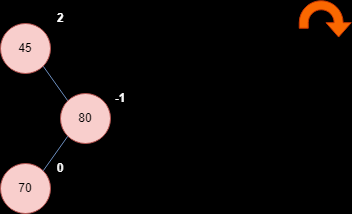
The draw.io diagram arbolBin.png in AnaTuPatrona/pepito, before a commit. Source tidied: cells renumbered, new cells last; positions are measured from the earlier drawing's top-left corner, leaving out a move shared by most shapes. Source of this version:
```xml
<mxGraphModel background="#000000">
  <root>
    <mxCell id="0" />
    <mxCell id="1" parent="0" />
    <mxCell id="2" style="endArrow=none;html=1;rounded=0;fontFamily=Helvetica;fontSize=12;fontColor=default;entryX=1;entryY=1;entryDx=0;entryDy=0;exitX=0;exitY=0;exitDx=0;exitDy=0;fillColor=#dae8fc;strokeColor=#6c8ebf;" parent="1" edge="1" source="4" target="7">
      <mxGeometry relative="1" as="geometry" />
    </mxCell>
    <mxCell id="3" style="group;" parent="1" vertex="1">
      <mxGeometry x="60" y="95" width="70" height="60" as="geometry" />
    </mxCell>
    <mxCell id="4" value="80" style="ellipse;whiteSpace=wrap;html=1;fillColor=#f8cecc;strokeColor=#b85450;" parent="3" vertex="1">
      <mxGeometry y="10" width="50" height="50" as="geometry" />
    </mxCell>
    <mxCell id="5" value="-1" style="text;html=1;align=center;verticalAlign=middle;whiteSpace=wrap;rounded=0;fontFamily=Helvetica;fontSize=12;glass=0;shadow=0;dashed=1;dashPattern=8 8;fontStyle=1;fontColor=#FAFAFA;" parent="3" vertex="1">
      <mxGeometry x="50" width="20" height="30" as="geometry" />
    </mxCell>
    <mxCell id="6" style="group;" parent="1" vertex="1">
      <mxGeometry y="15" width="70" height="70" as="geometry" />
    </mxCell>
    <mxCell id="7" value="45" style="ellipse;whiteSpace=wrap;html=1;fillColor=#f8cecc;strokeColor=#b85450;" parent="6" vertex="1">
      <mxGeometry y="20" width="50" height="50" as="geometry" />
    </mxCell>
    <mxCell id="8" value="2" style="text;html=1;align=center;verticalAlign=middle;whiteSpace=wrap;rounded=0;fontFamily=Helvetica;fontSize=12;fontColor=#FFFFFF;glass=0;shadow=0;dashed=1;dashPattern=8 8;strokeColor=none;fontStyle=1;" parent="6" vertex="1">
      <mxGeometry x="50" width="20" height="30" as="geometry" />
    </mxCell>
    <mxCell id="9" style="group;" parent="1" vertex="1">
      <mxGeometry y="165" width="70" height="60" as="geometry" />
    </mxCell>
    <mxCell id="10" value="70" style="ellipse;whiteSpace=wrap;html=1;fillColor=#f8cecc;strokeColor=#b85450;" parent="9" vertex="1">
      <mxGeometry y="10" width="50" height="50" as="geometry" />
    </mxCell>
    <mxCell id="11" value="0" style="text;html=1;align=center;verticalAlign=middle;whiteSpace=wrap;rounded=0;fontFamily=Helvetica;fontSize=12;glass=0;shadow=0;dashed=1;dashPattern=8 8;fontStyle=1;fontColor=#FAFAFA;" parent="9" vertex="1">
      <mxGeometry x="50" width="20" height="30" as="geometry" />
    </mxCell>
    <mxCell id="12" style="endArrow=none;html=1;rounded=0;fontFamily=Helvetica;fontSize=12;fontColor=default;entryX=0;entryY=1;entryDx=0;entryDy=0;exitX=1;exitY=0;exitDx=0;exitDy=0;fillColor=#dae8fc;strokeColor=#6c8ebf;" parent="1" edge="1" source="10" target="4">
      <mxGeometry relative="1" as="geometry" />
    </mxCell>
    <mxCell id="13" style="html=1;shadow=0;dashed=0;align=center;verticalAlign=middle;shape=mxgraph.arrows2.uTurnArrow;dy=4.5;arrowHead=25.23;dx2=14.37;strokeColor=#C73500;fontFamily=Helvetica;fontSize=12;fontColor=#000000;fillColor=#fa6800;rotation=90;" parent="1" vertex="1">
      <mxGeometry x="311" width="27.5" height="52" as="geometry" />
    </mxCell>
  </root>
</mxGraphModel>
```
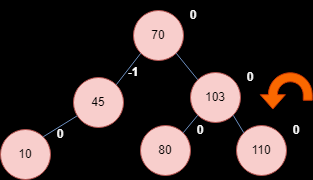
Above is the later version.

The edit, as a diff of the source:
```diff
@@ -2,29 +2,29 @@
   <root>
     <mxCell id="0" />
     <mxCell id="1" parent="0" />
-    <mxCell id="2" style="endArrow=none;html=1;rounded=0;fontFamily=Helvetica;fontSize=12;fontColor=default;entryX=1;entryY=1;entryDx=0;entryDy=0;exitX=0;exitY=0;exitDx=0;exitDy=0;fillColor=#dae8fc;strokeColor=#6c8ebf;" parent="1" edge="1" source="4" target="7">
+    <mxCell id="2" style="endArrow=none;html=1;rounded=0;fontFamily=Helvetica;fontSize=12;fontColor=default;entryX=1;entryY=0;entryDx=0;entryDy=0;fillColor=#dae8fc;strokeColor=#6c8ebf;exitX=0;exitY=1;exitDx=0;exitDy=0;" parent="1" edge="1" source="10" target="7">
       <mxGeometry relative="1" as="geometry" />
     </mxCell>
     <mxCell id="3" style="group;" parent="1" vertex="1">
-      <mxGeometry x="60" y="95" width="70" height="60" as="geometry" />
+      <mxGeometry x="7" y="130" width="70" height="60" as="geometry" />
     </mxCell>
     <mxCell id="4" value="80" style="ellipse;whiteSpace=wrap;html=1;fillColor=#f8cecc;strokeColor=#b85450;" parent="3" vertex="1">
       <mxGeometry y="10" width="50" height="50" as="geometry" />
     </mxCell>
-    <mxCell id="5" value="-1" style="text;html=1;align=center;verticalAlign=middle;whiteSpace=wrap;rounded=0;fontFamily=Helvetica;fontSize=12;glass=0;shadow=0;dashed=1;dashPattern=8 8;fontStyle=1;fontColor=#FAFAFA;" parent="3" vertex="1">
+    <mxCell id="5" value="0" style="text;html=1;align=center;verticalAlign=middle;whiteSpace=wrap;rounded=0;fontFamily=Helvetica;fontSize=12;glass=0;shadow=0;dashed=1;dashPattern=8 8;fontStyle=1;fontColor=#FAFAFA;" parent="3" vertex="1">
       <mxGeometry x="50" width="20" height="30" as="geometry" />
     </mxCell>
     <mxCell id="6" style="group;" parent="1" vertex="1">
-      <mxGeometry y="15" width="70" height="70" as="geometry" />
+      <mxGeometry x="-60" y="72" width="70" height="70" as="geometry" />
     </mxCell>
     <mxCell id="7" value="45" style="ellipse;whiteSpace=wrap;html=1;fillColor=#f8cecc;strokeColor=#b85450;" parent="6" vertex="1">
       <mxGeometry y="20" width="50" height="50" as="geometry" />
     </mxCell>
-    <mxCell id="8" value="2" style="text;html=1;align=center;verticalAlign=middle;whiteSpace=wrap;rounded=0;fontFamily=Helvetica;fontSize=12;fontColor=#FFFFFF;glass=0;shadow=0;dashed=1;dashPattern=8 8;strokeColor=none;fontStyle=1;" parent="6" vertex="1">
+    <mxCell id="8" value="-1" style="text;html=1;align=center;verticalAlign=middle;whiteSpace=wrap;rounded=0;fontFamily=Helvetica;fontSize=12;fontColor=#FFFFFF;glass=0;shadow=0;dashed=1;dashPattern=8 8;strokeColor=none;fontStyle=1;" parent="6" vertex="1">
       <mxGeometry x="50" width="20" height="30" as="geometry" />
     </mxCell>
     <mxCell id="9" style="group;" parent="1" vertex="1">
-      <mxGeometry y="165" width="70" height="60" as="geometry" />
+      <mxGeometry y="15" width="70" height="60" as="geometry" />
     </mxCell>
     <mxCell id="10" value="70" style="ellipse;whiteSpace=wrap;html=1;fillColor=#f8cecc;strokeColor=#b85450;" parent="9" vertex="1">
       <mxGeometry y="10" width="50" height="50" as="geometry" />
@@ -32,11 +32,50 @@
     <mxCell id="11" value="0" style="text;html=1;align=center;verticalAlign=middle;whiteSpace=wrap;rounded=0;fontFamily=Helvetica;fontSize=12;glass=0;shadow=0;dashed=1;dashPattern=8 8;fontStyle=1;fontColor=#FAFAFA;" parent="9" vertex="1">
       <mxGeometry x="50" width="20" height="30" as="geometry" />
     </mxCell>
-    <mxCell id="12" style="endArrow=none;html=1;rounded=0;fontFamily=Helvetica;fontSize=12;fontColor=default;entryX=0;entryY=1;entryDx=0;entryDy=0;exitX=1;exitY=0;exitDx=0;exitDy=0;fillColor=#dae8fc;strokeColor=#6c8ebf;" parent="1" edge="1" source="10" target="4">
+    <mxCell id="12" style="endArrow=none;html=1;rounded=0;fontFamily=Helvetica;fontSize=12;fontColor=default;exitX=1;exitY=1;exitDx=0;exitDy=0;fillColor=#dae8fc;strokeColor=#6c8ebf;entryX=0;entryY=0;entryDx=0;entryDy=0;" parent="1" edge="1" source="10" target="16">
       <mxGeometry relative="1" as="geometry" />
     </mxCell>
-    <mxCell id="13" style="html=1;shadow=0;dashed=0;align=center;verticalAlign=middle;shape=mxgraph.arrows2.uTurnArrow;dy=4.5;arrowHead=25.23;dx2=14.37;strokeColor=#C73500;fontFamily=Helvetica;fontSize=12;fontColor=#000000;fillColor=#fa6800;rotation=90;" parent="1" vertex="1">
-      <mxGeometry x="311" width="27.5" height="52" as="geometry" />
+    <mxCell id="13" style="html=1;shadow=0;dashed=0;align=center;verticalAlign=middle;shape=mxgraph.arrows2.uTurnArrow;dy=4.5;arrowHead=25.23;dx2=14.37;strokeColor=#C73500;fontFamily=Helvetica;fontSize=12;fontColor=#000000;fillColor=#fa6800;rotation=90;flipH=0;flipV=1;" parent="1" vertex="1">
+      <mxGeometry x="139" y="75" width="27.5" height="52" as="geometry" />
     </mxCell>
+    <mxCell id="14" style="edgeStyle=orthogonalEdgeStyle;rounded=0;jettySize=auto;html=1;fontFamily=Helvetica;fontSize=12;fontColor=#FAFAFA;strokeColor=none;" parent="1" edge="1" source="8" target="10">
+      <mxGeometry relative="1" as="geometry" />
+    </mxCell>
+    <mxCell id="15" style="group;" parent="1" vertex="1">
+      <mxGeometry x="57" y="77" width="70" height="60" as="geometry" />
+    </mxCell>
+    <mxCell id="16" value="103" style="ellipse;whiteSpace=wrap;html=1;fillColor=#f8cecc;strokeColor=#b85450;" parent="15" vertex="1">
+      <mxGeometry y="10" width="50" height="50" as="geometry" />
+    </mxCell>
+    <mxCell id="17" value="0" style="text;html=1;align=center;verticalAlign=middle;whiteSpace=wrap;rounded=0;fontFamily=Helvetica;fontSize=12;glass=0;shadow=0;dashed=1;dashPattern=8 8;fontStyle=1;fontColor=#FAFAFA;" parent="15" vertex="1">
+      <mxGeometry x="50" width="20" height="30" as="geometry" />
+    </mxCell>
+    <mxCell id="18" style="endArrow=none;html=1;rounded=0;fontFamily=Helvetica;fontSize=12;fontColor=default;exitX=1;exitY=0;exitDx=0;exitDy=0;fillColor=#dae8fc;strokeColor=#6c8ebf;entryX=0;entryY=1;entryDx=0;entryDy=0;" parent="1" edge="1" source="4" target="16">
+      <mxGeometry relative="1" as="geometry" />
+    </mxCell>
+    <mxCell id="19" style="group;" parent="1" vertex="1">
+      <mxGeometry x="-133" y="134" width="70" height="60" as="geometry" />
+    </mxCell>
+    <mxCell id="20" value="10" style="ellipse;whiteSpace=wrap;html=1;fillColor=#f8cecc;strokeColor=#b85450;" parent="19" vertex="1">
+      <mxGeometry y="10" width="50" height="50" as="geometry" />
+    </mxCell>
+    <mxCell id="21" value="0" style="text;html=1;align=center;verticalAlign=middle;whiteSpace=wrap;rounded=0;fontFamily=Helvetica;fontSize=12;glass=0;shadow=0;dashed=1;dashPattern=8 8;fontStyle=1;fontColor=#FAFAFA;" parent="19" vertex="1">
+      <mxGeometry x="50" width="20" height="30" as="geometry" />
+    </mxCell>
+    <mxCell id="22" style="endArrow=none;html=1;rounded=0;fontFamily=Helvetica;fontSize=12;fontColor=default;fillColor=#dae8fc;strokeColor=#6c8ebf;entryX=1;entryY=0;entryDx=0;entryDy=0;" parent="1" edge="1" source="7" target="20">
+      <mxGeometry relative="1" as="geometry" />
+    </mxCell>
+    <mxCell id="23" style="group;" parent="1" vertex="1">
+      <mxGeometry x="103" y="130" width="70" height="60" as="geometry" />
+    </mxCell>
+    <mxCell id="24" value="110" style="ellipse;whiteSpace=wrap;html=1;fillColor=#f8cecc;strokeColor=#b85450;" parent="23" vertex="1">
+      <mxGeometry y="10" width="50" height="50" as="geometry" />
+    </mxCell>
+    <mxCell id="25" value="0" style="text;html=1;align=center;verticalAlign=middle;whiteSpace=wrap;rounded=0;fontFamily=Helvetica;fontSize=12;glass=0;shadow=0;dashed=1;dashPattern=8 8;fontStyle=1;fontColor=#FAFAFA;" parent="23" vertex="1">
+      <mxGeometry x="50" width="20" height="30" as="geometry" />
+    </mxCell>
+    <mxCell id="26" style="endArrow=none;html=1;rounded=0;fontFamily=Helvetica;fontSize=12;fontColor=default;exitX=1;exitY=1;exitDx=0;exitDy=0;fillColor=#dae8fc;strokeColor=#6c8ebf;entryX=0;entryY=0;entryDx=0;entryDy=0;" parent="1" edge="1" source="16" target="24">
+      <mxGeometry relative="1" as="geometry" />
+    </mxCell>
   </root>
 </mxGraphModel>
```
